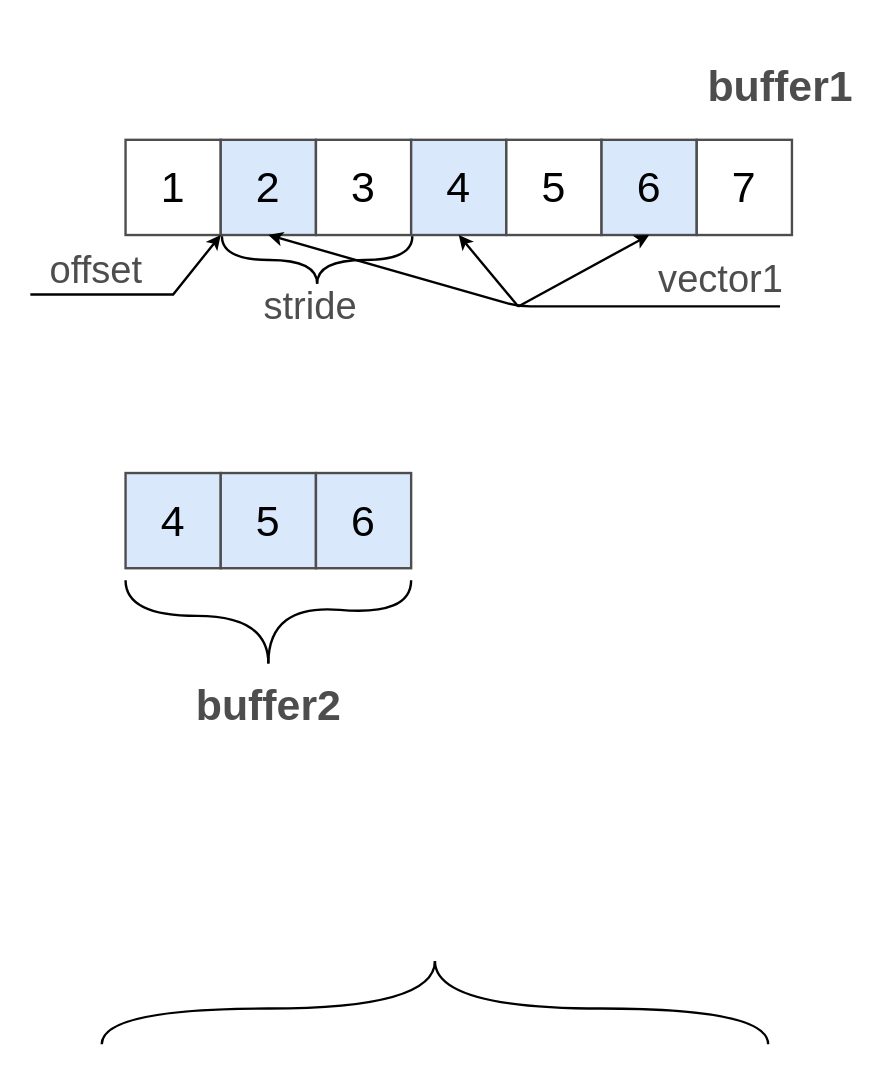
Above: page "Variant 2" (3 of 3) of doc/img/VectorAdapterFrom.drawio in Wandalen/wMathVector (draw.io), before the change. Source tidied: cells renumbered, new cells numbered last; positions are measured from the earlier drawing's top-left corner, leaving out a move shared by most shapes. Both pictures are drawn from the tidied source at 119%, with x=0, y=0 at pixel (30, 56).
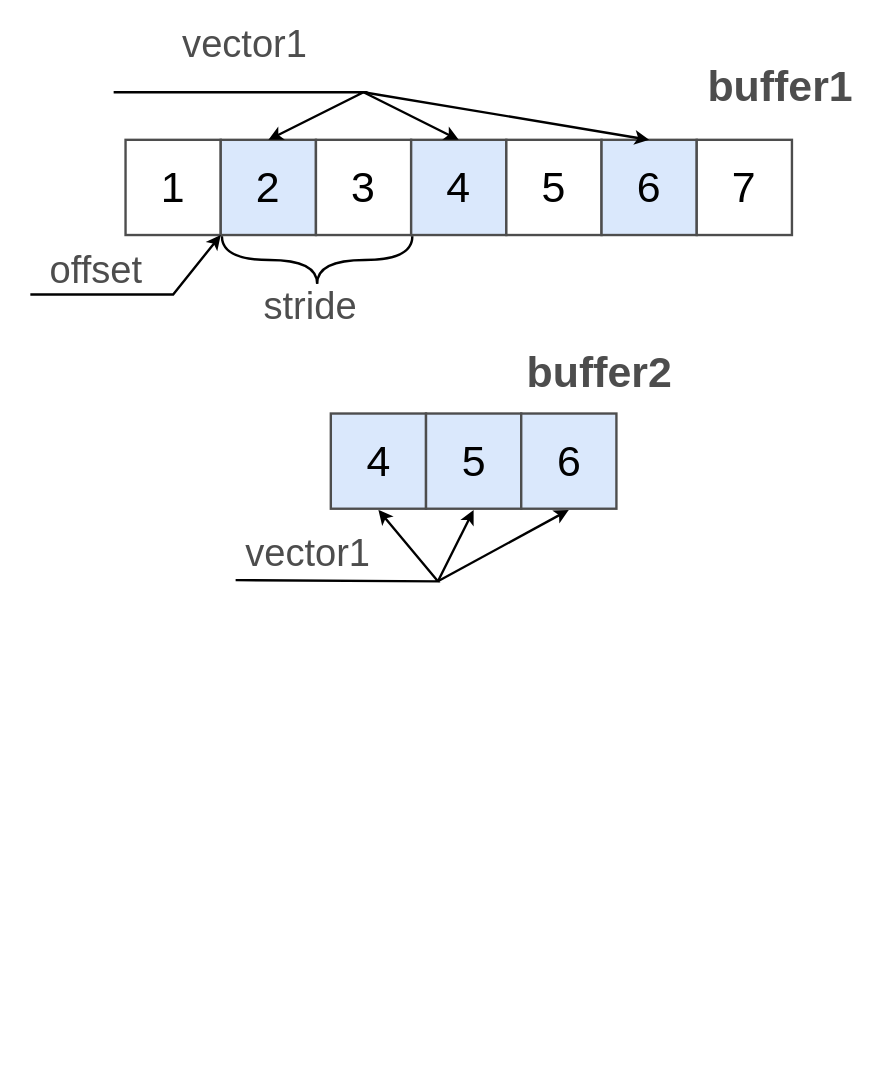
Above is the later version.

Unchanged cells that the change refers to:
```xml
<mxCell id="3" value="2" style="whiteSpace=wrap;html=1;strokeWidth=2;fontSize=36;fillColor=#dae8fc;strokeColor=#4D4D4D;" parent="1" vertex="1">
  <mxGeometry x="160" y="70" width="80" height="80" as="geometry" />
</mxCell>
<mxCell id="5" value="4" style="whiteSpace=wrap;html=1;strokeWidth=2;fontSize=36;fillColor=#dae8fc;strokeColor=#4D4D4D;" parent="1" vertex="1">
  <mxGeometry x="320" y="70" width="80" height="80" as="geometry" />
</mxCell>
<mxCell id="7" value="6" style="whiteSpace=wrap;html=1;strokeWidth=2;fontSize=36;fillColor=#dae8fc;strokeColor=#4D4D4D;" parent="1" vertex="1">
  <mxGeometry x="480" y="70" width="80" height="80" as="geometry" />
</mxCell>
```

Diff of the diagram source:
```diff
@@
     <mxCell id="9" value="4" style="whiteSpace=wrap;html=1;strokeWidth=2;fontSize=36;fillColor=#dae8fc;strokeColor=#4D4D4D;" parent="1" vertex="1">
-      <mxGeometry x="80" y="350" width="80" height="80" as="geometry" />
+      <mxGeometry x="252.5" y="300" width="80" height="80" as="geometry" />
     </mxCell>
     <mxCell id="10" value="5" style="whiteSpace=wrap;html=1;strokeWidth=2;fontSize=36;fillColor=#dae8fc;strokeColor=#4D4D4D;" parent="1" vertex="1">
-      <mxGeometry x="160" y="350" width="80" height="80" as="geometry" />
+      <mxGeometry x="332.5" y="300" width="80" height="80" as="geometry" />
     </mxCell>
     <mxCell id="11" value="6" style="whiteSpace=wrap;html=1;strokeWidth=2;fontSize=36;fillColor=#dae8fc;strokeColor=#4D4D4D;" parent="1" vertex="1">
-      <mxGeometry x="240" y="350" width="80" height="80" as="geometry" />
+      <mxGeometry x="412.5" y="300" width="80" height="80" as="geometry" />
     </mxCell>
     <mxCell id="12" value="buffer2" style="text;html=1;align=center;verticalAlign=middle;fontSize=36;fontColor=#4D4D4D;fontStyle=1;" parent="1" vertex="1">
-      <mxGeometry x="130" y="520" width="140" height="50" as="geometry" />
+      <mxGeometry x="407.5" y="240" width="140" height="50" as="geometry" />
     </mxCell>
@@
-    <mxCell id="14" style="endArrow=none;html=1;fontSize=36;curved=1;strokeWidth=2;" parent="1" edge="1">
-      <mxGeometry relative="1" as="geometry">
-        <mxPoint x="60" y="830" as="sourcePoint" />
-        <mxPoint x="340" y="760" as="targetPoint" />
-        <Array as="points">
-          <mxPoint x="60" y="800" />
-          <mxPoint x="340" y="800" />
-        </Array>
-      </mxGeometry>
-    </mxCell>
-    <mxCell id="15" style="endArrow=none;html=1;fontSize=36;curved=1;strokeWidth=2;" parent="1" edge="1">
-      <mxGeometry relative="1" as="geometry">
-        <mxPoint x="340" y="760" as="sourcePoint" />
-        <mxPoint x="620" y="830" as="targetPoint" />
-        <Array as="points">
-          <mxPoint x="340" y="800" />
-          <mxPoint x="620" y="800" />
-        </Array>
-      </mxGeometry>
-    </mxCell>
-    <mxCell id="16" style="endArrow=none;html=1;strokeWidth=2;fontSize=36;curved=1;" parent="1" edge="1">
-      <mxGeometry relative="1" as="geometry">
-        <mxPoint x="200" y="510" as="sourcePoint" />
-        <mxPoint x="320" y="440" as="targetPoint" />
-        <Array as="points">
-          <mxPoint x="200" y="460" />
-          <mxPoint x="320" y="470" />
-        </Array>
-      </mxGeometry>
-    </mxCell>
-    <mxCell id="17" style="endArrow=none;html=1;strokeWidth=2;fontSize=36;curved=1;" parent="1" edge="1">
-      <mxGeometry relative="1" as="geometry">
-        <mxPoint x="80" y="440" as="sourcePoint" />
-        <mxPoint x="200" y="510" as="targetPoint" />
-        <Array as="points">
-          <mxPoint x="80" y="470" />
-          <mxPoint x="200" y="470" />
-        </Array>
-      </mxGeometry>
-    </mxCell>
@@
-    <mxCell id="23" style="endArrow=classic;html=1;strokeWidth=2;fontSize=32;fontColor=#4D4D4D;entryX=0.5;entryY=1;entryDx=0;entryDy=0;" parent="1" edge="1">
+    <mxCell id="23" style="endArrow=classic;html=1;strokeWidth=2;fontSize=32;fontColor=#4D4D4D;entryX=0.5;entryY=0;entryDx=0;entryDy=0;rounded=0;" parent="1" edge="1" target="3">
       <mxGeometry relative="1" as="geometry">
-        <mxPoint x="630" y="210" as="sourcePoint" />
-        <mxPoint x="200" y="150" as="targetPoint" />
+        <mxPoint x="70" y="30" as="sourcePoint" />
         <Array as="points">
-          <mxPoint x="410" y="210" />
+          <mxPoint x="280" y="30" />
         </Array>
       </mxGeometry>
     </mxCell>
     <mxCell id="24" value="vector1" style="text;html=1;align=center;verticalAlign=middle;fontSize=32;fontColor=#4D4D4D;" parent="1" vertex="1">
-      <mxGeometry x="520" y="167" width="120" height="40" as="geometry" />
+      <mxGeometry x="120" y="-30" width="120" height="40" as="geometry" />
     </mxCell>
-    <mxCell id="25" style="endArrow=classic;html=1;strokeWidth=2;fontSize=32;fontColor=#4D4D4D;entryX=0.5;entryY=1;entryDx=0;entryDy=0;" parent="1" edge="1">
+    <mxCell id="25" style="endArrow=classic;html=1;strokeWidth=2;fontSize=32;fontColor=#4D4D4D;entryX=0.5;entryY=0;entryDx=0;entryDy=0;" parent="1" edge="1" target="7">
       <mxGeometry relative="1" as="geometry">
-        <mxPoint x="410" y="210" as="sourcePoint" />
-        <mxPoint x="520" y="150" as="targetPoint" />
+        <mxPoint x="280" y="30" as="sourcePoint" />
       </mxGeometry>
     </mxCell>
-    <mxCell id="26" style="endArrow=classic;html=1;strokeWidth=2;fontSize=32;fontColor=#4D4D4D;entryX=0.5;entryY=1;entryDx=0;entryDy=0;" parent="1" edge="1">
+    <mxCell id="26" style="endArrow=classic;html=1;strokeWidth=2;fontSize=32;fontColor=#4D4D4D;entryX=0.5;entryY=0;entryDx=0;entryDy=0;" parent="1" edge="1" target="5">
       <mxGeometry relative="1" as="geometry">
-        <mxPoint x="410" y="210" as="sourcePoint" />
-        <mxPoint x="360" y="150" as="targetPoint" />
+        <mxPoint x="280" y="30" as="sourcePoint" />
       </mxGeometry>
     </mxCell>
+    <mxCell id="27" style="endArrow=classic;html=1;strokeWidth=2;fontSize=32;fontColor=#4D4D4D;entryX=0.5;entryY=1;entryDx=0;entryDy=0;rounded=0;" parent="1" edge="1">
+      <mxGeometry relative="1" as="geometry">
+        <mxPoint x="172.5" y="440" as="sourcePoint" />
+        <mxPoint x="292.5" y="381" as="targetPoint" />
+        <Array as="points">
+          <mxPoint x="342.5" y="441" />
+        </Array>
+      </mxGeometry>
+    </mxCell>
+    <mxCell id="28" value="vector1" style="text;html=1;align=center;verticalAlign=middle;fontSize=32;fontColor=#4D4D4D;" parent="1" vertex="1">
+      <mxGeometry x="172.5" y="398" width="120" height="40" as="geometry" />
+    </mxCell>
+    <mxCell id="29" style="endArrow=classic;html=1;strokeWidth=2;fontSize=32;fontColor=#4D4D4D;entryX=0.5;entryY=1;entryDx=0;entryDy=0;" parent="1" edge="1">
+      <mxGeometry relative="1" as="geometry">
+        <mxPoint x="342.5" y="441" as="sourcePoint" />
+        <mxPoint x="452.5" y="381" as="targetPoint" />
+      </mxGeometry>
+    </mxCell>
+    <mxCell id="30" style="endArrow=classic;html=1;strokeWidth=2;fontSize=32;fontColor=#4D4D4D;entryX=0.5;entryY=1;entryDx=0;entryDy=0;" parent="1" edge="1">
+      <mxGeometry relative="1" as="geometry">
+        <mxPoint x="342.5" y="441" as="sourcePoint" />
+        <mxPoint x="372.5" y="381" as="targetPoint" />
+      </mxGeometry>
+    </mxCell>
```
